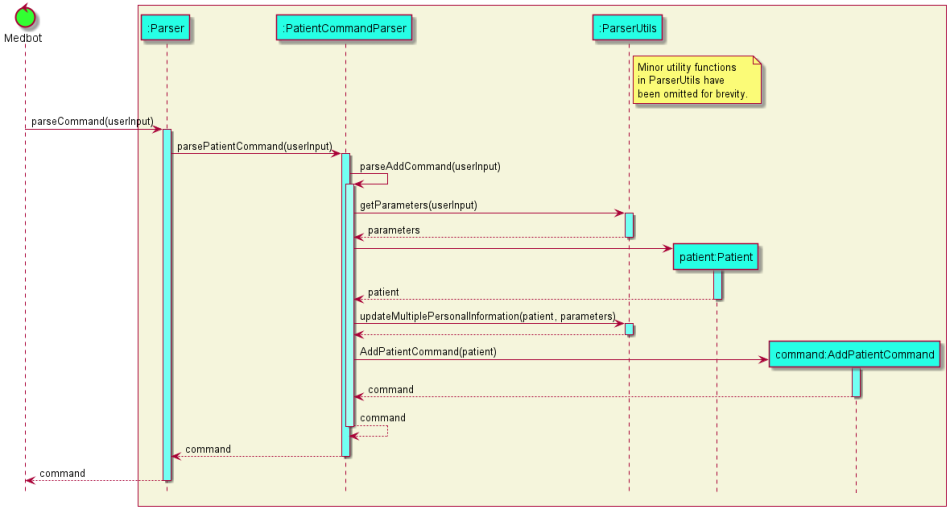
Above: docs/diagrams/ParserSequenceDiagram.png in nus-cs2113-AY2122S1/tp (PlantUML), before the change. Its source is kept beside it as docs/diagrams/pumlfiles/ParserSequenceDiagram.puml.
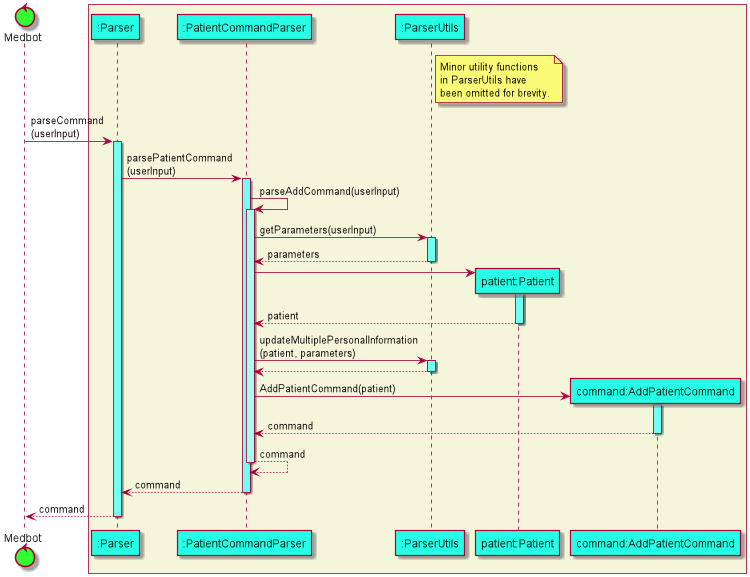
Above is the later version.

Commit message:
Update sequence diagrams

Diff of the diagram source:
```diff
@@ -18,15 +18,15 @@
 
 autoactivate on
 
-X -> A PARSER_ACTIVATION_COLOR_1 : parseCommand(userInput)
-A -> B PARSER_ACTIVATION_COLOR_1 : parsePatientCommand(userInput)
+X -> A PARSER_ACTIVATION_COLOR_1 : parseCommand\n(userInput)
+A -> B PARSER_ACTIVATION_COLOR_1 : parsePatientCommand\n(userInput)
 B -> B PARSER_ACTIVATION_COLOR_2: parseAddCommand(userInput)
 B -> C PARSER_ACTIVATION_COLOR_1 : getParameters(userInput)
 return parameters
 create D
 B -> D PARSER_ACTIVATION_COLOR_1
 return patient
-B -> C PARSER_ACTIVATION_COLOR_1 : updateMultiplePersonalInformation(patient, parameters)
+B -> C PARSER_ACTIVATION_COLOR_1 : updateMultiplePersonalInformation\n(patient, parameters)
 return
 create E
 B -> E PARSER_ACTIVATION_COLOR_1 : AddPatientCommand(patient)
```
